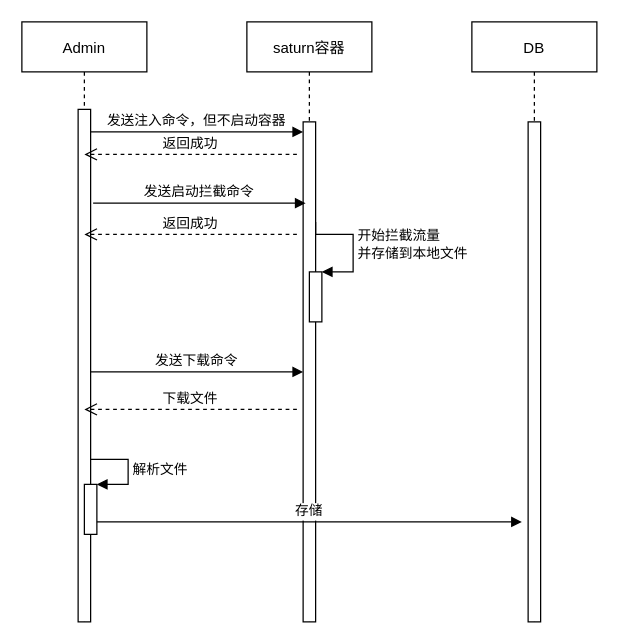
Earlier version of the draw.io diagram vipshop/job回放.drawio (ganziwen/diagrams). Source tidied: cells renumbered, new cells numbered last; positions are measured from the earlier drawing's top-left corner, leaving out a move shared by most shapes. Both pictures are drawn from the tidied source at 125%, with x=0, y=0 at pixel (21, 21).
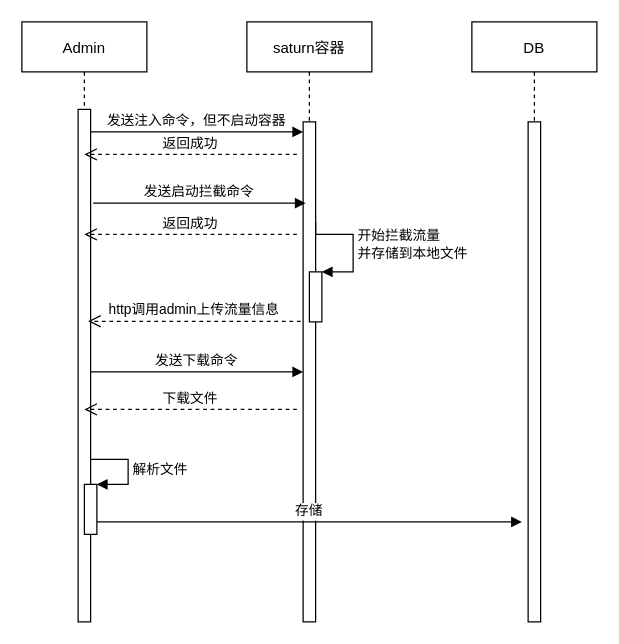
Above is the later version.

Change to the diagram source:
```diff
@@
+    <mxCell id="19" value="http调用admin上传流量信息" style="verticalAlign=bottom;endArrow=open;dashed=1;endSize=8;exitX=0;exitY=0.95;shadow=0;strokeWidth=1;" parent="1" edge="1">
+      <mxGeometry relative="1" as="geometry">
+        <mxPoint x="223" y="239.5" as="sourcePoint" />
+        <mxPoint x="53" y="239.5" as="targetPoint" />
+      </mxGeometry>
+    </mxCell>
```
